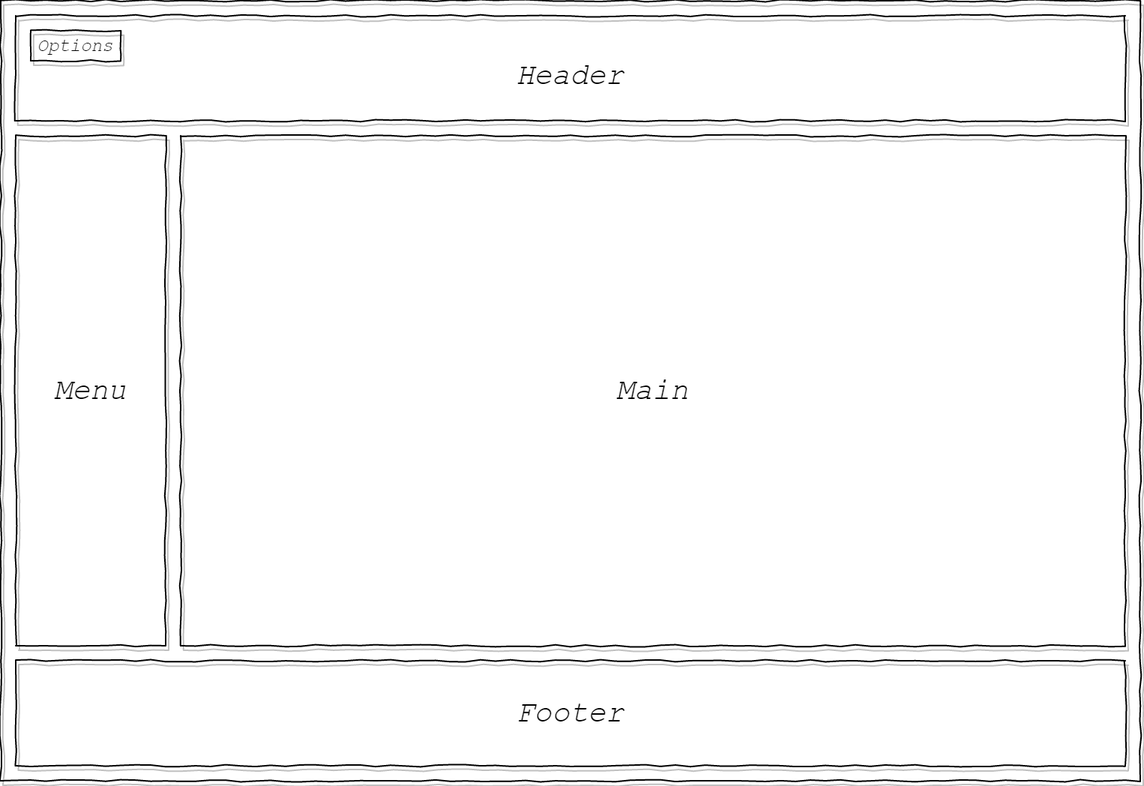
This is Exercise8/mockup/mockup.png from PanagiotisNtymenos/Web-Design, a draw.io export, as it was before one commit. Source tidied: cells renumbered, new cells last; positions are measured from the earlier drawing's top-left corner, leaving out a move shared by most shapes.
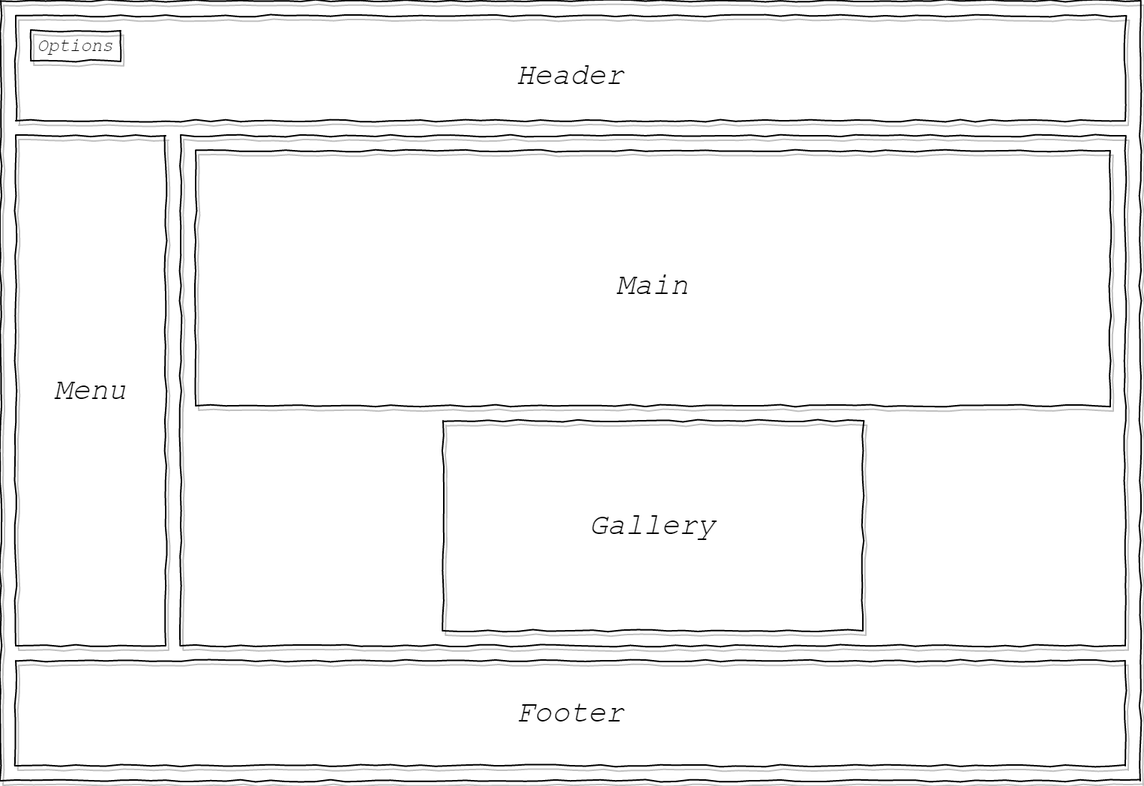
Above is the later version.

What changed in the source:
```diff
@@ -24,7 +24,7 @@
       <mxGeometry x="360" y="465" width="40" height="20" as="geometry" />
     </mxCell>
     <mxCell id="9" value="&lt;font style=&quot;font-size: 20px&quot;&gt;&lt;i&gt;Main&lt;/i&gt;&lt;/font&gt;" style="text;html=1;strokeColor=none;fillColor=none;align=center;verticalAlign=middle;whiteSpace=wrap;rounded=0;shadow=1;comic=1;labelBorderColor=none;labelBackgroundColor=none;fontFamily=Courier New;fontStyle=0;" parent="1" vertex="1">
-      <mxGeometry x="415" y="250" width="40" height="20" as="geometry" />
+      <mxGeometry x="415" y="180" width="40" height="20" as="geometry" />
     </mxCell>
     <mxCell id="10" value="&lt;font style=&quot;font-size: 20px&quot;&gt;&lt;i&gt;Menu&lt;/i&gt;&lt;/font&gt;" style="text;html=1;strokeColor=none;fillColor=none;align=center;verticalAlign=middle;whiteSpace=wrap;rounded=0;shadow=1;comic=1;labelBorderColor=none;labelBackgroundColor=none;fontFamily=Courier New;fontStyle=0;" parent="1" vertex="1">
       <mxGeometry x="40" y="250" width="40" height="20" as="geometry" />
@@ -32,5 +32,14 @@
     <mxCell id="11" value="&lt;font face=&quot;Courier New&quot;&gt;&lt;i&gt;Options&lt;/i&gt;&lt;/font&gt;" style="rounded=0;whiteSpace=wrap;html=1;shadow=1;comic=1;fillColor=none;gradientColor=#ffffff;gradientDirection=north;" parent="1" vertex="1">
       <mxGeometry x="20" y="20" width="60" height="20" as="geometry" />
     </mxCell>
+    <mxCell id="12" style="rounded=0;whiteSpace=wrap;html=1;shadow=1;comic=1;fillColor=none;gradientColor=#ffffff;gradientDirection=north;" parent="1" vertex="1">
+      <mxGeometry x="295" y="280" width="280" height="140" as="geometry" />
+    </mxCell>
+    <mxCell id="13" value="&lt;font style=&quot;font-size: 20px&quot;&gt;&lt;i&gt;Gallery&lt;/i&gt;&lt;/font&gt;" style="text;html=1;strokeColor=none;fillColor=none;align=center;verticalAlign=middle;whiteSpace=wrap;rounded=0;shadow=1;comic=1;labelBorderColor=none;labelBackgroundColor=none;fontFamily=Courier New;fontStyle=0;" parent="1" vertex="1">
+      <mxGeometry x="415" y="340" width="40" height="20" as="geometry" />
+    </mxCell>
+    <mxCell id="14" style="rounded=0;whiteSpace=wrap;html=1;shadow=1;comic=1;fillColor=none;gradientColor=#ffffff;gradientDirection=north;" parent="1" vertex="1">
+      <mxGeometry x="130" y="100" width="610" height="170" as="geometry" />
+    </mxCell>
   </root>
 </mxGraphModel>
```
